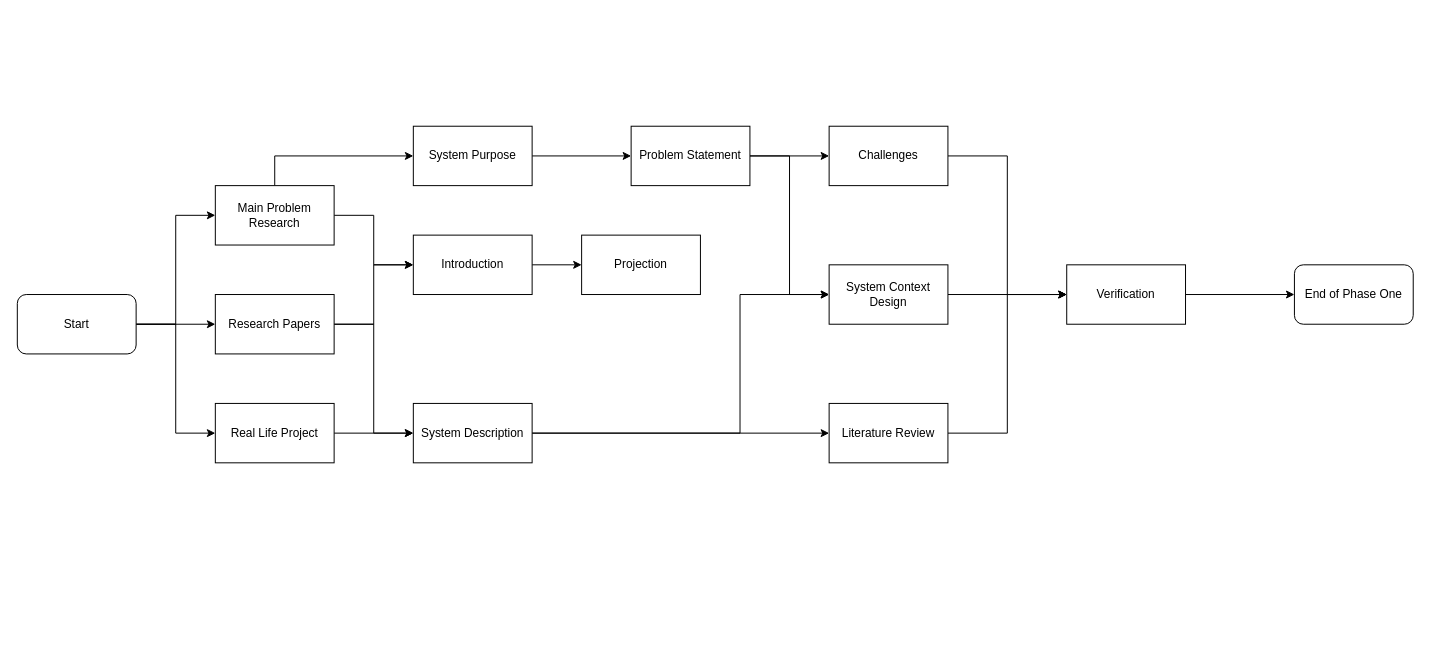
Above: Models/drawing/NetworkDiagram.drawio in MrMoon/Vision (draw.io), before the change. Source tidied: cells renumbered, new cells numbered last; positions are measured from the earlier drawing's top-left corner, leaving out a move shared by most shapes. Both pictures are drawn from the tidied source at 99%, with x=0, y=0 at pixel (17, 126).
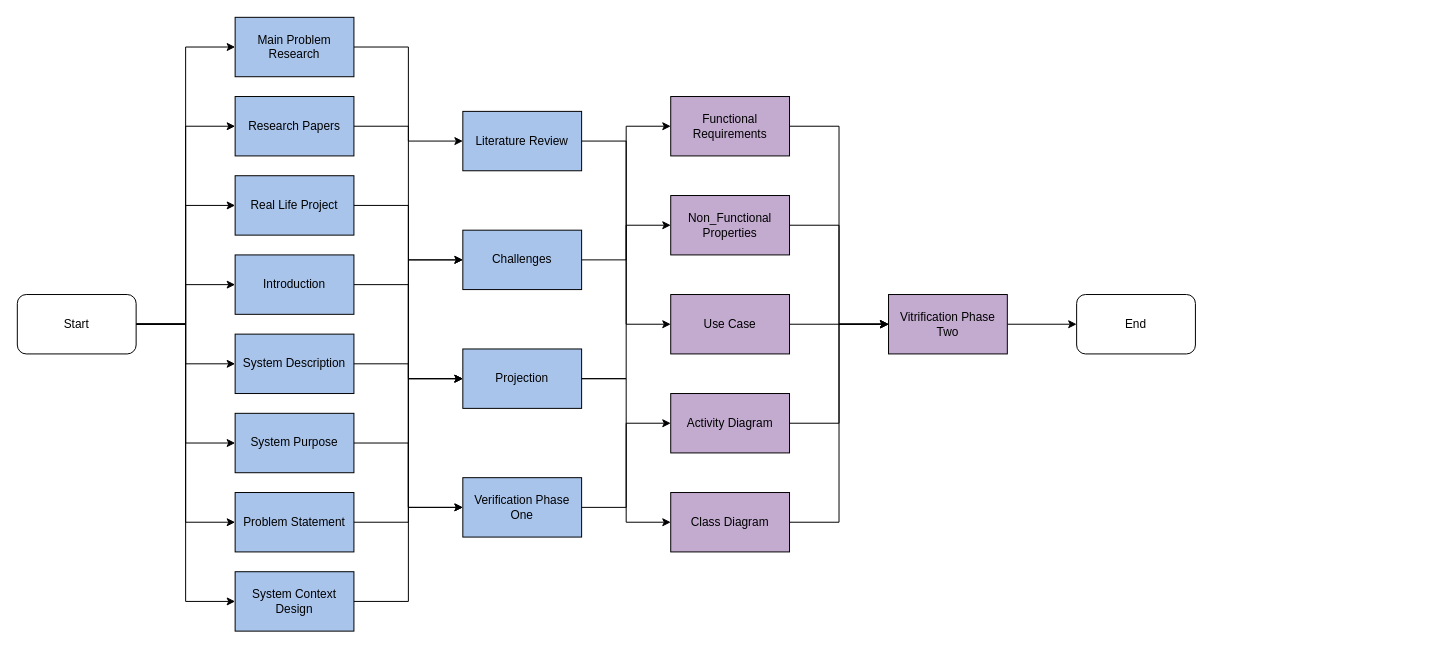
The same page after the edit.

Commit message:
This is the network diagram accourding to the Chantt Chart

The change refers to these unchanged cells:
```xml
<mxCell id="5" value="Start" style="rounded=1;whiteSpace=wrap;html=1;" parent="1" vertex="1">
  <mxGeometry y="170" width="120" height="60" as="geometry" />
</mxCell>
```

What changed in the source:
```diff
@@
+    <mxCell id="34" style="edgeStyle=orthogonalEdgeStyle;rounded=0;jettySize=auto;html=1;exitX=1;exitY=0.5;exitDx=0;exitDy=0;entryX=0;entryY=0.5;entryDx=0;entryDy=0;" parent="1" edge="1" source="5" target="15">
+      <mxGeometry relative="1" as="geometry" />
+    </mxCell>
+    <mxCell id="35" style="edgeStyle=orthogonalEdgeStyle;rounded=0;jettySize=auto;html=1;exitX=1;exitY=0.5;exitDx=0;exitDy=0;entryX=0;entryY=0.5;entryDx=0;entryDy=0;" parent="1" edge="1" source="5" target="18">
+      <mxGeometry relative="1" as="geometry" />
+    </mxCell>
+    <mxCell id="36" style="edgeStyle=orthogonalEdgeStyle;rounded=0;jettySize=auto;html=1;exitX=1;exitY=0.5;exitDx=0;exitDy=0;entryX=0;entryY=0.5;entryDx=0;entryDy=0;" parent="1" edge="1" source="5" target="20">
+      <mxGeometry relative="1" as="geometry" />
+    </mxCell>
+    <mxCell id="37" style="edgeStyle=orthogonalEdgeStyle;rounded=0;jettySize=auto;html=1;exitX=1;exitY=0.5;exitDx=0;exitDy=0;entryX=0;entryY=0.5;entryDx=0;entryDy=0;" parent="1" edge="1" source="5" target="23">
+      <mxGeometry relative="1" as="geometry" />
+    </mxCell>
+    <mxCell id="38" style="edgeStyle=orthogonalEdgeStyle;rounded=0;jettySize=auto;html=1;exitX=1;exitY=0.5;exitDx=0;exitDy=0;entryX=0;entryY=0.5;entryDx=0;entryDy=0;" parent="1" edge="1" source="5" target="25">
+      <mxGeometry relative="1" as="geometry" />
+    </mxCell>
@@
-    <mxCell id="6" style="edgeStyle=orthogonalEdgeStyle;rounded=0;jettySize=auto;html=1;exitX=1;exitY=0.5;exitDx=0;exitDy=0;entryX=0;entryY=0.5;entryDx=0;entryDy=0;" parent="1" edge="1" source="8" target="15">
-      <mxGeometry relative="1" as="geometry" />
-    </mxCell>
-    <mxCell id="7" style="edgeStyle=orthogonalEdgeStyle;rounded=0;jettySize=auto;html=1;exitX=0.5;exitY=0;exitDx=0;exitDy=0;entryX=0;entryY=0.5;entryDx=0;entryDy=0;" parent="1" edge="1" source="8" target="20">
-      <mxGeometry relative="1" as="geometry" />
-    </mxCell>
+    <mxCell id="39" style="edgeStyle=orthogonalEdgeStyle;rounded=0;jettySize=auto;html=1;exitX=1;exitY=0.5;exitDx=0;exitDy=0;entryX=0;entryY=0.5;entryDx=0;entryDy=0;" parent="1" edge="1" source="8" target="27">
+      <mxGeometry relative="1" as="geometry" />
+    </mxCell>
-    <mxCell id="8" value="Main Problem Research" style="rounded=0;whiteSpace=wrap;html=1;" parent="1" vertex="1">
-      <mxGeometry x="200" y="60" width="120" height="60" as="geometry" />
+    <mxCell id="8" value="Main Problem Research" style="rounded=0;whiteSpace=wrap;html=1;fillColor=#A9C4EB;" parent="1" vertex="1">
+      <mxGeometry x="220" y="-110" width="120" height="60" as="geometry" />
     </mxCell>
-    <mxCell id="9" style="edgeStyle=orthogonalEdgeStyle;rounded=0;jettySize=auto;html=1;exitX=1;exitY=0.5;exitDx=0;exitDy=0;" parent="1" edge="1" source="11" target="15">
-      <mxGeometry relative="1" as="geometry" />
-    </mxCell>
-    <mxCell id="10" style="edgeStyle=orthogonalEdgeStyle;rounded=0;jettySize=auto;html=1;exitX=1;exitY=0.5;exitDx=0;exitDy=0;entryX=0;entryY=0.5;entryDx=0;entryDy=0;" parent="1" edge="1" source="11" target="18">
-      <mxGeometry relative="1" as="geometry" />
-    </mxCell>
+    <mxCell id="40" style="edgeStyle=orthogonalEdgeStyle;rounded=0;jettySize=auto;html=1;exitX=1;exitY=0.5;exitDx=0;exitDy=0;entryX=0;entryY=0.5;entryDx=0;entryDy=0;" parent="1" edge="1" source="11" target="29">
+      <mxGeometry relative="1" as="geometry" />
+    </mxCell>
-    <mxCell id="11" value="Research Papers" style="rounded=0;whiteSpace=wrap;html=1;" parent="1" vertex="1">
-      <mxGeometry x="200" y="170" width="120" height="60" as="geometry" />
+    <mxCell id="11" value="Research Papers" style="rounded=0;whiteSpace=wrap;html=1;fillColor=#A9C4EB;" parent="1" vertex="1">
+      <mxGeometry x="220" y="-30" width="120" height="60" as="geometry" />
     </mxCell>
-    <mxCell id="12" style="edgeStyle=orthogonalEdgeStyle;rounded=0;jettySize=auto;html=1;exitX=1;exitY=0.5;exitDx=0;exitDy=0;entryX=0;entryY=0.5;entryDx=0;entryDy=0;" parent="1" edge="1" source="13" target="18">
-      <mxGeometry relative="1" as="geometry" />
-    </mxCell>
+    <mxCell id="41" style="edgeStyle=orthogonalEdgeStyle;rounded=0;jettySize=auto;html=1;exitX=1;exitY=0.5;exitDx=0;exitDy=0;entryX=0;entryY=0.5;entryDx=0;entryDy=0;" parent="1" edge="1" source="13" target="30">
+      <mxGeometry relative="1" as="geometry" />
+    </mxCell>
-    <mxCell id="13" value="Real Life Project" style="rounded=0;whiteSpace=wrap;html=1;" parent="1" vertex="1">
-      <mxGeometry x="200" y="280" width="120" height="60" as="geometry" />
+    <mxCell id="13" value="Real Life Project" style="rounded=0;whiteSpace=wrap;html=1;fillColor=#A9C4EB;" parent="1" vertex="1">
+      <mxGeometry x="220" y="50" width="120" height="60" as="geometry" />
     </mxCell>
-    <mxCell id="14" style="edgeStyle=orthogonalEdgeStyle;rounded=0;jettySize=auto;html=1;exitX=1;exitY=0.5;exitDx=0;exitDy=0;entryX=0;entryY=0.5;entryDx=0;entryDy=0;" parent="1" edge="1" source="15" target="30">
-      <mxGeometry relative="1" as="geometry" />
-    </mxCell>
+    <mxCell id="42" style="edgeStyle=orthogonalEdgeStyle;rounded=0;jettySize=auto;html=1;exitX=1;exitY=0.5;exitDx=0;exitDy=0;entryX=0;entryY=0.5;entryDx=0;entryDy=0;" parent="1" edge="1" source="15" target="32">
+      <mxGeometry relative="1" as="geometry" />
+    </mxCell>
-    <mxCell id="15" value="Introduction" style="rounded=0;whiteSpace=wrap;html=1;" parent="1" vertex="1">
-      <mxGeometry x="400" y="110" width="120" height="60" as="geometry" />
+    <mxCell id="15" value="Introduction" style="rounded=0;whiteSpace=wrap;html=1;fillColor=#A9C4EB;" parent="1" vertex="1">
+      <mxGeometry x="220" y="130" width="120" height="60" as="geometry" />
     </mxCell>
-    <mxCell id="16" style="edgeStyle=orthogonalEdgeStyle;rounded=0;jettySize=auto;html=1;exitX=1;exitY=0.5;exitDx=0;exitDy=0;entryX=0;entryY=0.5;entryDx=0;entryDy=0;" parent="1" edge="1" source="18" target="25">
-      <mxGeometry relative="1" as="geometry">
-        <Array as="points">
-          <mxPoint x="730" y="310" />
-          <mxPoint x="730" y="170" />
-        </Array>
-      </mxGeometry>
-    </mxCell>
-    <mxCell id="17" style="edgeStyle=orthogonalEdgeStyle;rounded=0;jettySize=auto;html=1;entryX=0;entryY=0.5;entryDx=0;entryDy=0;" parent="1" edge="1" source="18" target="27">
-      <mxGeometry relative="1" as="geometry" />
-    </mxCell>
+    <mxCell id="43" style="edgeStyle=orthogonalEdgeStyle;rounded=0;jettySize=auto;html=1;exitX=1;exitY=0.5;exitDx=0;exitDy=0;entryX=0;entryY=0.5;entryDx=0;entryDy=0;" parent="1" edge="1" source="18" target="30">
+      <mxGeometry relative="1" as="geometry" />
+    </mxCell>
-    <mxCell id="18" value="System Description" style="rounded=0;whiteSpace=wrap;html=1;" parent="1" vertex="1">
-      <mxGeometry x="400" y="280" width="120" height="60" as="geometry" />
+    <mxCell id="18" value="System Description" style="rounded=0;whiteSpace=wrap;html=1;fillColor=#A9C4EB;" parent="1" vertex="1">
+      <mxGeometry x="220" y="210" width="120" height="60" as="geometry" />
     </mxCell>
-    <mxCell id="19" style="edgeStyle=orthogonalEdgeStyle;rounded=0;jettySize=auto;html=1;exitX=1;exitY=0.5;exitDx=0;exitDy=0;entryX=0;entryY=0.5;entryDx=0;entryDy=0;" parent="1" edge="1" source="20" target="23">
-      <mxGeometry relative="1" as="geometry" />
-    </mxCell>
+    <mxCell id="44" style="edgeStyle=orthogonalEdgeStyle;rounded=0;jettySize=auto;html=1;exitX=1;exitY=0.5;exitDx=0;exitDy=0;entryX=0;entryY=0.5;entryDx=0;entryDy=0;" parent="1" edge="1" source="20" target="32">
+      <mxGeometry relative="1" as="geometry" />
+    </mxCell>
-    <mxCell id="20" value="System Purpose" style="rounded=0;whiteSpace=wrap;html=1;" parent="1" vertex="1">
-      <mxGeometry x="400" width="120" height="60" as="geometry" />
+    <mxCell id="20" value="System Purpose" style="rounded=0;whiteSpace=wrap;html=1;fillColor=#A9C4EB;" parent="1" vertex="1">
+      <mxGeometry x="220" y="290" width="120" height="60" as="geometry" />
     </mxCell>
-    <mxCell id="21" style="edgeStyle=orthogonalEdgeStyle;rounded=0;jettySize=auto;html=1;exitX=1;exitY=0.5;exitDx=0;exitDy=0;entryX=0;entryY=0.5;entryDx=0;entryDy=0;" parent="1" edge="1" source="23" target="25">
-      <mxGeometry relative="1" as="geometry" />
-    </mxCell>
-    <mxCell id="22" style="edgeStyle=orthogonalEdgeStyle;rounded=0;jettySize=auto;html=1;exitX=1;exitY=0.5;exitDx=0;exitDy=0;entryX=0;entryY=0.5;entryDx=0;entryDy=0;" parent="1" edge="1" source="23" target="29">
-      <mxGeometry relative="1" as="geometry" />
-    </mxCell>
+    <mxCell id="45" style="edgeStyle=orthogonalEdgeStyle;rounded=0;jettySize=auto;html=1;exitX=1;exitY=0.5;exitDx=0;exitDy=0;entryX=0;entryY=0.5;entryDx=0;entryDy=0;" parent="1" edge="1" source="23" target="30">
+      <mxGeometry relative="1" as="geometry" />
+    </mxCell>
-    <mxCell id="23" value="Problem Statement" style="rounded=0;whiteSpace=wrap;html=1;" parent="1" vertex="1">
-      <mxGeometry x="620" width="120" height="60" as="geometry" />
+    <mxCell id="23" value="Problem Statement" style="rounded=0;whiteSpace=wrap;html=1;fillColor=#A9C4EB;" parent="1" vertex="1">
+      <mxGeometry x="220" y="370" width="120" height="60" as="geometry" />
     </mxCell>
-    <mxCell id="24" style="edgeStyle=orthogonalEdgeStyle;rounded=0;jettySize=auto;html=1;exitX=1;exitY=0.5;exitDx=0;exitDy=0;" parent="1" edge="1" source="25">
-      <mxGeometry relative="1" as="geometry">
-        <mxPoint x="1060" y="170" as="targetPoint" />
-      </mxGeometry>
-    </mxCell>
+    <mxCell id="46" style="edgeStyle=orthogonalEdgeStyle;rounded=0;jettySize=auto;html=1;exitX=1;exitY=0.5;exitDx=0;exitDy=0;entryX=0;entryY=0.5;entryDx=0;entryDy=0;" parent="1" edge="1" source="25" target="29">
+      <mxGeometry relative="1" as="geometry" />
+    </mxCell>
-    <mxCell id="25" value="System Context Design" style="rounded=0;whiteSpace=wrap;html=1;" parent="1" vertex="1">
-      <mxGeometry x="820" y="140" width="120" height="60" as="geometry" />
+    <mxCell id="25" value="System Context Design" style="rounded=0;whiteSpace=wrap;html=1;fillColor=#A9C4EB;" parent="1" vertex="1">
+      <mxGeometry x="220" y="450" width="120" height="60" as="geometry" />
     </mxCell>
-    <mxCell id="26" style="edgeStyle=orthogonalEdgeStyle;rounded=0;jettySize=auto;html=1;exitX=1;exitY=0.5;exitDx=0;exitDy=0;entryX=0;entryY=0.5;entryDx=0;entryDy=0;" parent="1" edge="1" source="27" target="32">
-      <mxGeometry relative="1" as="geometry" />
-    </mxCell>
+    <mxCell id="47" style="edgeStyle=orthogonalEdgeStyle;rounded=0;jettySize=auto;html=1;exitX=1;exitY=0.5;exitDx=0;exitDy=0;entryX=0;entryY=0.5;entryDx=0;entryDy=0;" parent="1" edge="1" source="27" target="57">
+      <mxGeometry relative="1" as="geometry" />
+    </mxCell>
-    <mxCell id="27" value="Literature Review" style="rounded=0;whiteSpace=wrap;html=1;" parent="1" vertex="1">
-      <mxGeometry x="820" y="280" width="120" height="60" as="geometry" />
+    <mxCell id="27" value="Literature Review" style="rounded=0;whiteSpace=wrap;html=1;fillColor=#A9C4EB;" parent="1" vertex="1">
+      <mxGeometry x="450" y="-15" width="120" height="60" as="geometry" />
     </mxCell>
-    <mxCell id="28" style="edgeStyle=orthogonalEdgeStyle;rounded=0;jettySize=auto;html=1;exitX=1;exitY=0.5;exitDx=0;exitDy=0;entryX=0;entryY=0.5;entryDx=0;entryDy=0;" parent="1" edge="1" source="29" target="32">
-      <mxGeometry relative="1" as="geometry" />
-    </mxCell>
+    <mxCell id="48" style="edgeStyle=orthogonalEdgeStyle;rounded=0;jettySize=auto;html=1;exitX=1;exitY=0.5;exitDx=0;exitDy=0;entryX=0;entryY=0.5;entryDx=0;entryDy=0;" parent="1" edge="1" source="29" target="53">
+      <mxGeometry relative="1" as="geometry" />
+    </mxCell>
-    <mxCell id="29" value="Challenges" style="rounded=0;whiteSpace=wrap;html=1;" parent="1" vertex="1">
-      <mxGeometry x="820" width="120" height="60" as="geometry" />
+    <mxCell id="29" value="Challenges" style="rounded=0;whiteSpace=wrap;html=1;fillColor=#A9C4EB;" parent="1" vertex="1">
+      <mxGeometry x="450" y="105" width="120" height="60" as="geometry" />
     </mxCell>
+    <mxCell id="49" style="edgeStyle=orthogonalEdgeStyle;rounded=0;jettySize=auto;html=1;exitX=1;exitY=0.5;exitDx=0;exitDy=0;entryX=0;entryY=0.5;entryDx=0;entryDy=0;" parent="1" edge="1" source="30" target="59">
+      <mxGeometry relative="1" as="geometry" />
+    </mxCell>
+    <mxCell id="50" style="edgeStyle=orthogonalEdgeStyle;rounded=0;jettySize=auto;html=1;exitX=1;exitY=0.5;exitDx=0;exitDy=0;entryX=0;entryY=0.5;entryDx=0;entryDy=0;" parent="1" edge="1" source="30" target="63">
+      <mxGeometry relative="1" as="geometry" />
+    </mxCell>
-    <mxCell id="30" value="Projection" style="rounded=0;whiteSpace=wrap;html=1;" parent="1" vertex="1">
-      <mxGeometry x="570" y="110" width="120" height="60" as="geometry" />
+    <mxCell id="30" value="Projection" style="rounded=0;whiteSpace=wrap;html=1;fillColor=#A9C4EB;" parent="1" vertex="1">
+      <mxGeometry x="450" y="225" width="120" height="60" as="geometry" />
     </mxCell>
-    <mxCell id="31" style="edgeStyle=orthogonalEdgeStyle;rounded=0;jettySize=auto;html=1;exitX=1;exitY=0.5;exitDx=0;exitDy=0;entryX=0;entryY=0.5;entryDx=0;entryDy=0;" parent="1" edge="1" source="32" target="33">
-      <mxGeometry relative="1" as="geometry" />
-    </mxCell>
+    <mxCell id="51" style="edgeStyle=orthogonalEdgeStyle;rounded=0;jettySize=auto;html=1;exitX=1;exitY=0.5;exitDx=0;exitDy=0;entryX=0;entryY=0.5;entryDx=0;entryDy=0;" parent="1" edge="1" source="32" target="61">
+      <mxGeometry relative="1" as="geometry" />
+    </mxCell>
-    <mxCell id="32" value="Verification" style="rounded=0;whiteSpace=wrap;html=1;" parent="1" vertex="1">
-      <mxGeometry x="1060" y="140" width="120" height="60" as="geometry" />
+    <mxCell id="32" value="Verification Phase One" style="rounded=0;whiteSpace=wrap;html=1;fillColor=#A9C4EB;" parent="1" vertex="1">
+      <mxGeometry x="450" y="355" width="120" height="60" as="geometry" />
     </mxCell>
-    <mxCell id="33" value="End of Phase One" style="rounded=1;whiteSpace=wrap;html=1;" parent="1" vertex="1">
-      <mxGeometry x="1290" y="140" width="120" height="60" as="geometry" />
-    </mxCell>
+    <mxCell id="52" style="edgeStyle=orthogonalEdgeStyle;rounded=0;jettySize=auto;html=1;exitX=1;exitY=0.5;exitDx=0;exitDy=0;entryX=0;entryY=0.5;entryDx=0;entryDy=0;" parent="1" edge="1" source="53" target="55">
+      <mxGeometry relative="1" as="geometry" />
+    </mxCell>
+    <mxCell id="53" value="Functional Requirements" style="rounded=0;whiteSpace=wrap;html=1;fillColor=#C3ABD0;" parent="1" vertex="1">
+      <mxGeometry x="660" y="-30" width="120" height="60" as="geometry" />
+    </mxCell>
+    <mxCell id="54" style="edgeStyle=orthogonalEdgeStyle;rounded=0;jettySize=auto;html=1;exitX=1;exitY=0.5;exitDx=0;exitDy=0;entryX=0;entryY=0.5;entryDx=0;entryDy=0;" parent="1" edge="1" source="55" target="64">
+      <mxGeometry relative="1" as="geometry" />
+    </mxCell>
+    <mxCell id="55" value="Vitrification Phase Two" style="rounded=0;whiteSpace=wrap;html=1;fillColor=#C3ABD0;" parent="1" vertex="1">
+      <mxGeometry x="880" y="170" width="120" height="60" as="geometry" />
+    </mxCell>
+    <mxCell id="56" style="edgeStyle=orthogonalEdgeStyle;rounded=0;jettySize=auto;html=1;exitX=1;exitY=0.5;exitDx=0;exitDy=0;entryX=0;entryY=0.5;entryDx=0;entryDy=0;" parent="1" edge="1" source="57" target="55">
+      <mxGeometry relative="1" as="geometry" />
+    </mxCell>
+    <mxCell id="57" value="Use Case" style="rounded=0;whiteSpace=wrap;html=1;fillColor=#C3ABD0;" parent="1" vertex="1">
+      <mxGeometry x="660" y="170" width="120" height="60" as="geometry" />
+    </mxCell>
+    <mxCell id="58" style="edgeStyle=orthogonalEdgeStyle;rounded=0;jettySize=auto;html=1;exitX=1;exitY=0.5;exitDx=0;exitDy=0;entryX=0;entryY=0.5;entryDx=0;entryDy=0;" parent="1" edge="1" source="59" target="55">
+      <mxGeometry relative="1" as="geometry" />
+    </mxCell>
+    <mxCell id="59" value="Non_Functional Properties" style="rounded=0;whiteSpace=wrap;html=1;fillColor=#C3ABD0;" parent="1" vertex="1">
+      <mxGeometry x="660" y="70" width="120" height="60" as="geometry" />
+    </mxCell>
+    <mxCell id="60" style="edgeStyle=orthogonalEdgeStyle;rounded=0;jettySize=auto;html=1;exitX=1;exitY=0.5;exitDx=0;exitDy=0;entryX=0;entryY=0.5;entryDx=0;entryDy=0;" parent="1" edge="1" source="61" target="55">
+      <mxGeometry relative="1" as="geometry" />
+    </mxCell>
+    <mxCell id="61" value="Activity Diagram" style="rounded=0;whiteSpace=wrap;html=1;fillColor=#C3ABD0;" parent="1" vertex="1">
+      <mxGeometry x="660" y="270" width="120" height="60" as="geometry" />
+    </mxCell>
+    <mxCell id="62" style="edgeStyle=orthogonalEdgeStyle;rounded=0;jettySize=auto;html=1;exitX=1;exitY=0.5;exitDx=0;exitDy=0;entryX=0;entryY=0.5;entryDx=0;entryDy=0;" parent="1" edge="1" source="63" target="55">
+      <mxGeometry relative="1" as="geometry" />
+    </mxCell>
+    <mxCell id="63" value="Class Diagram" style="rounded=0;whiteSpace=wrap;html=1;fillColor=#C3ABD0;" parent="1" vertex="1">
+      <mxGeometry x="660" y="370" width="120" height="60" as="geometry" />
+    </mxCell>
+    <mxCell id="64" value="End" style="rounded=1;whiteSpace=wrap;html=1;fillColor=#FFFFFF;" parent="1" vertex="1">
+      <mxGeometry x="1070" y="170" width="120" height="60" as="geometry" />
+    </mxCell>
```
